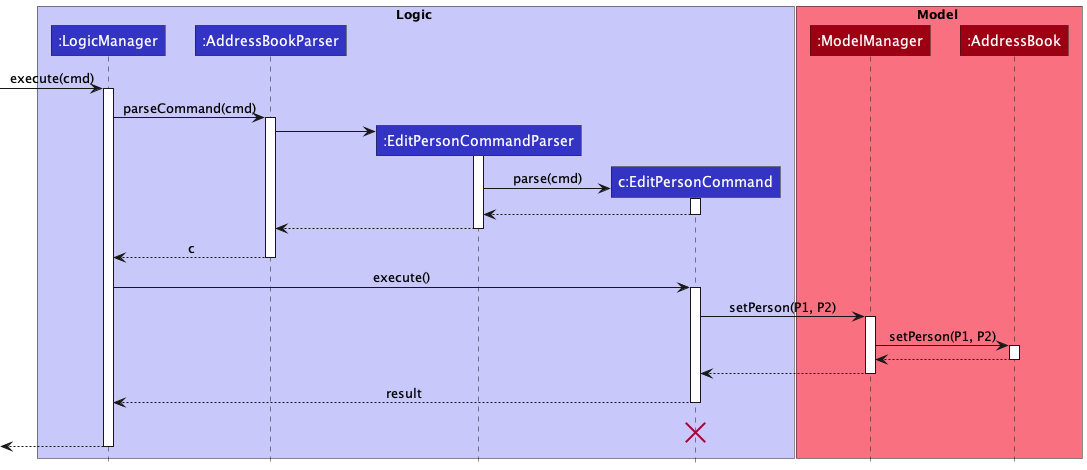
The PlantUML diagram docs/images/EditPersonSequenceDiagram.png in nus-cs2103-AY2223S1/tp, before a commit.
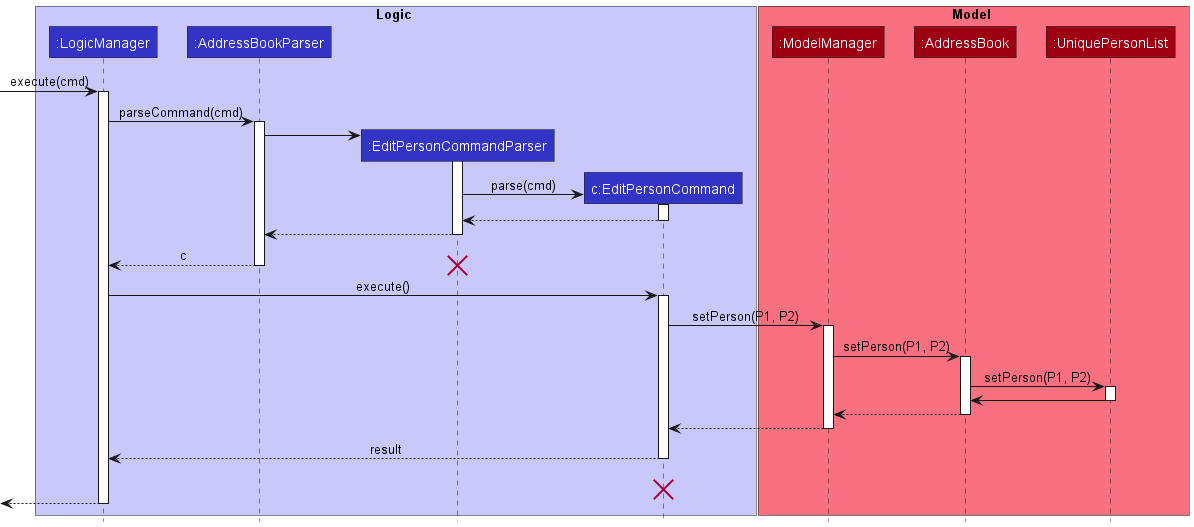
After the commit.

What changed in the source:
```diff
@@ -11,6 +11,7 @@
 box Model MODEL_COLOR_T1
 participant ":ModelManager" as ModelManager MODEL_COLOR
 participant ":AddressBook" as AddressBook MODEL_COLOR
+participant ":UniquePersonList" as UniquePersonList MODEL_COLOR
 end box
 
 [-> LogicManager : execute(cmd)
@@ -35,6 +36,7 @@
 
 AddressBookParser --> LogicManager : c
 deactivate AddressBookParser
+destroy EditPersonCommandParser
 
 LogicManager -> EditPersonCommand : execute()
 activate EditPersonCommand
@@ -44,6 +46,12 @@
 
 ModelManager -> AddressBook : setPerson(P1, P2)
 activate AddressBook
+
+AddressBook -> UniquePersonList : setPerson(P1, P2)
+activate UniquePersonList
+
+UniquePersonList -> AddressBook
+deactivate UniquePersonList
 
 AddressBook --> ModelManager :
 deactivate AddressBook
```
